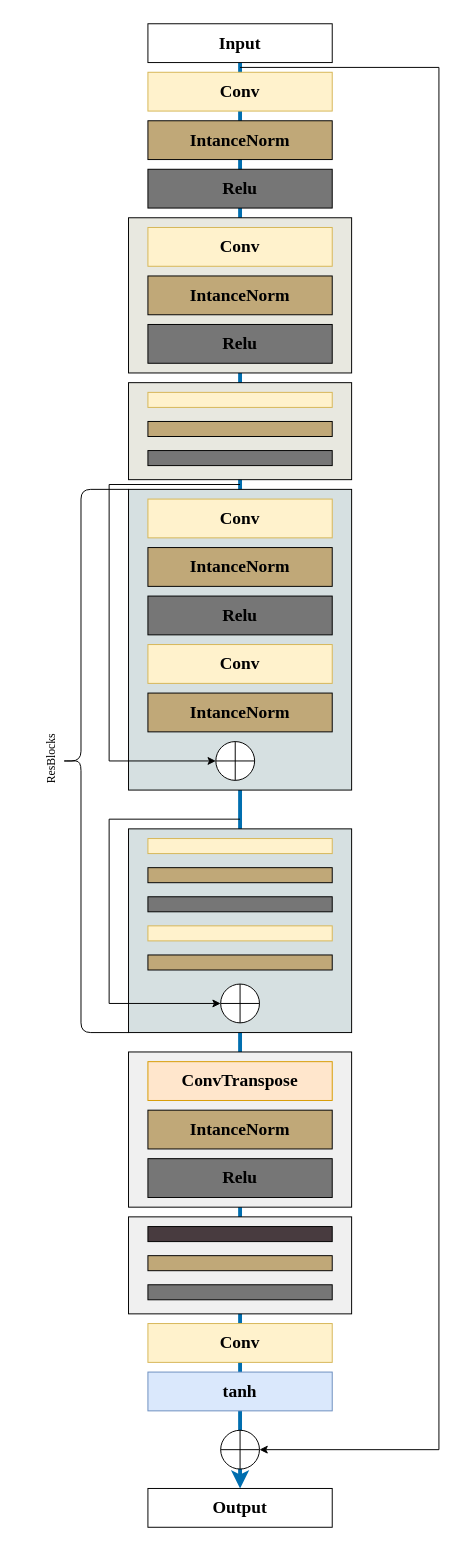
LFNing/General keeps this draw.io diagram as generator-architecture.drawio. Above is the earlier version. Source tidied: cells renumbered, new cells numbered last; positions are measured from the earlier drawing's top-left corner, leaving out a move shared by most shapes. Both pictures are drawn from the tidied source at 97%, with x=0, y=0 at pixel (41, 23).
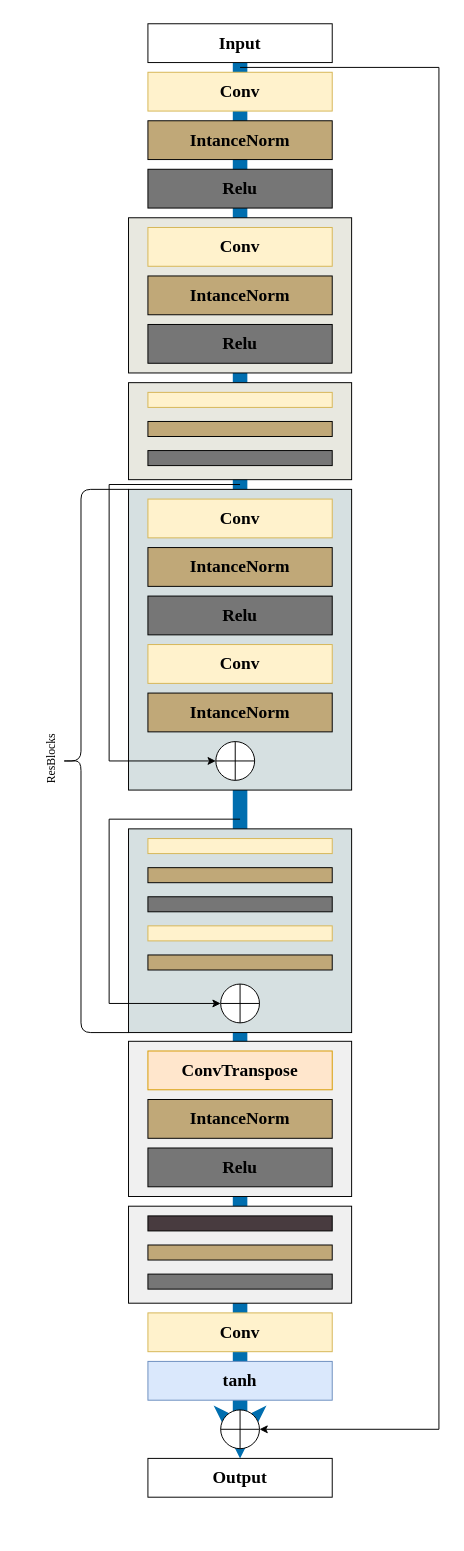
The same diagram, later.

The change refers to these unchanged cells:
```xml
<mxCell id="4" value="&lt;h5&gt;&lt;font style=&quot;font-size: 18px;&quot; face=&quot;Times New Roman&quot;&gt;Input&lt;/font&gt;&lt;/h5&gt;" style="rounded=0;whiteSpace=wrap;html=1;" parent="1" vertex="1">
  <mxGeometry x="110" width="190" height="40" as="geometry" />
</mxCell>
```

What changed in the source:
```diff
@@
-    <mxCell id="2" style="endArrow=classic;html=1;rounded=0;fontFamily=Times New Roman;fontSize=18;exitX=0.5;exitY=1;exitDx=0;exitDy=0;entryX=0.5;entryY=0;entryDx=0;entryDy=0;strokeWidth=4;fillColor=#1ba1e2;strokeColor=#006EAF;" parent="1" edge="1" source="4" target="39">
+    <mxCell id="2" style="endArrow=classic;html=1;rounded=0;fontFamily=Times New Roman;fontSize=18;exitX=0.5;exitY=1;exitDx=0;exitDy=0;entryX=0.5;entryY=0;entryDx=0;entryDy=0;strokeWidth=15;fillColor=#1ba1e2;strokeColor=#006EAF;" parent="1" edge="1" source="4" target="39">
       <mxGeometry relative="1" as="geometry" />
     </mxCell>
@@
     <mxCell id="29" style="rounded=0;whiteSpace=wrap;html=1;fontFamily=Times New Roman;fontSize=18;fillColor=#f0f0f0;" parent="1" vertex="1">
-      <mxGeometry x="90" y="1060" width="230" height="160" as="geometry" />
+      <mxGeometry x="90" y="1049" width="230" height="160" as="geometry" />
     </mxCell>
     <mxCell id="30" value="&lt;h5&gt;&lt;font face=&quot;Times New Roman&quot;&gt;&lt;span style=&quot;font-size: 18px;&quot;&gt;ConvTranspose&lt;/span&gt;&lt;/font&gt;&lt;/h5&gt;" style="rounded=0;whiteSpace=wrap;html=1;fillColor=#ffe6cc;strokeColor=#d79b00;" parent="1" vertex="1">
-      <mxGeometry x="110" y="1070" width="190" height="40" as="geometry" />
+      <mxGeometry x="110" y="1059" width="190" height="40" as="geometry" />
     </mxCell>
     <mxCell id="31" value="&lt;h5&gt;&lt;font style=&quot;font-size: 18px;&quot; face=&quot;Times New Roman&quot;&gt;IntanceNorm&lt;/font&gt;&lt;/h5&gt;" style="rounded=0;whiteSpace=wrap;html=1;fillColor=#C0A878;" parent="1" vertex="1">
-      <mxGeometry x="110" y="1120" width="190" height="40" as="geometry" />
+      <mxGeometry x="110" y="1109" width="190" height="40" as="geometry" />
     </mxCell>
     <mxCell id="32" value="&lt;font style=&quot;font-size: 18px;&quot; face=&quot;Times New Roman&quot;&gt;&lt;b&gt;Relu&lt;/b&gt;&lt;/font&gt;" style="rounded=0;whiteSpace=wrap;html=1;fillColor=#767676;" parent="1" vertex="1">
-      <mxGeometry x="110" y="1170" width="190" height="40" as="geometry" />
+      <mxGeometry x="110" y="1159" width="190" height="40" as="geometry" />
     </mxCell>
     <mxCell id="33" style="rounded=0;whiteSpace=wrap;html=1;fontFamily=Times New Roman;fontSize=18;fillColor=#f0f0f0;" parent="1" vertex="1">
-      <mxGeometry x="90" y="1230" width="230" height="100" as="geometry" />
+      <mxGeometry x="90" y="1219" width="230" height="100" as="geometry" />
     </mxCell>
     <mxCell id="34" style="rounded=0;whiteSpace=wrap;html=1;fillColor=#C0A878;" parent="1" vertex="1">
-      <mxGeometry x="110" y="1270" width="190" height="15.5" as="geometry" />
+      <mxGeometry x="110" y="1259" width="190" height="15.5" as="geometry" />
     </mxCell>
     <mxCell id="35" style="rounded=0;whiteSpace=wrap;html=1;fillColor=#483B3F;" parent="1" vertex="1">
-      <mxGeometry x="110" y="1240" width="190" height="15.5" as="geometry" />
+      <mxGeometry x="110" y="1229" width="190" height="15.5" as="geometry" />
     </mxCell>
     <mxCell id="36" style="rounded=0;whiteSpace=wrap;html=1;fillColor=#767676;" parent="1" vertex="1">
-      <mxGeometry x="110" y="1300" width="190" height="15.5" as="geometry" />
+      <mxGeometry x="110" y="1289" width="190" height="15.5" as="geometry" />
     </mxCell>
     <mxCell id="37" value="&lt;h5&gt;&lt;font face=&quot;Times New Roman&quot;&gt;&lt;span style=&quot;font-size: 18px;&quot;&gt;Conv&lt;/span&gt;&lt;/font&gt;&lt;/h5&gt;" style="rounded=0;whiteSpace=wrap;html=1;fillColor=#fff2cc;strokeColor=#d6b656;" parent="1" vertex="1">
-      <mxGeometry x="110" y="1340" width="190" height="40" as="geometry" />
+      <mxGeometry x="110" y="1329" width="190" height="40" as="geometry" />
     </mxCell>
     <mxCell id="38" value="&lt;h5&gt;&lt;font style=&quot;font-size: 18px;&quot; face=&quot;Times New Roman&quot;&gt;tanh&lt;/font&gt;&lt;/h5&gt;" style="rounded=0;whiteSpace=wrap;html=1;fillColor=#dae8fc;strokeColor=#6c8ebf;" parent="1" vertex="1">
-      <mxGeometry x="110" y="1390" width="190" height="40" as="geometry" />
+      <mxGeometry x="110" y="1379" width="190" height="40" as="geometry" />
     </mxCell>
     <mxCell id="39" value="&lt;h5&gt;&lt;font style=&quot;font-size: 18px;&quot; face=&quot;Times New Roman&quot;&gt;Output&lt;/font&gt;&lt;/h5&gt;" style="rounded=0;whiteSpace=wrap;html=1;" parent="1" vertex="1">
-      <mxGeometry x="110" y="1510" width="190" height="40" as="geometry" />
+      <mxGeometry x="110" y="1479" width="190" height="40" as="geometry" />
     </mxCell>
     <mxCell id="40" style="endArrow=classic;html=1;rounded=0;fontFamily=Times New Roman;fontSize=18;entryX=1;entryY=0.5;entryDx=0;entryDy=0;" parent="1" edge="1" target="41">
       <mxGeometry relative="1" as="geometry">
         <mxPoint x="205" y="45" as="sourcePoint" />
         <Array as="points">
           <mxPoint x="410" y="45" />
-          <mxPoint x="410" y="1470" />
+          <mxPoint x="410" y="1449" />
         </Array>
       </mxGeometry>
     </mxCell>
     <mxCell id="41" style="shape=orEllipse;perimeter=ellipsePerimeter;whiteSpace=wrap;html=1;backgroundOutline=1;fontFamily=Times New Roman;fontSize=18;" parent="1" vertex="1">
-      <mxGeometry x="185" y="1450" width="40" height="40" as="geometry" />
+      <mxGeometry x="185" y="1429" width="40" height="40" as="geometry" />
     </mxCell>
```
